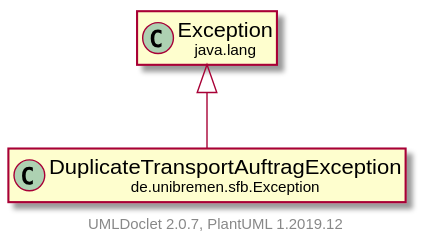
The PlantUML diagram doc/UML/modulsichtSVG/DuplicateTransportAuftragException.svg in fkehlenb/softwareprojekt-2, before a commit. Source of this version:
```plantuml
@startuml
    set namespaceSeparator none
    hide empty fields
    hide empty methods

    class "<size:14>DuplicateTransportAuftragException\n<size:10>de.unibremen.sfb.Exception" as de.unibremen.sfb.Exception.DuplicateTransportAuftragException [[DuplicateTransportAuftragException.html]]

    class "<size:14>Exception\n<size:10>java.lang" as java.lang.Exception [[https://docs.oracle.com/en/java/javase/11/docs/api/java.base/java/lang/Exception.html?is-external=true]]

    java.lang.Exception <|-- de.unibremen.sfb.Exception.DuplicateTransportAuftragException

    center footer UMLDoclet 2.0.7, PlantUML 1.2019.12
@enduml
```
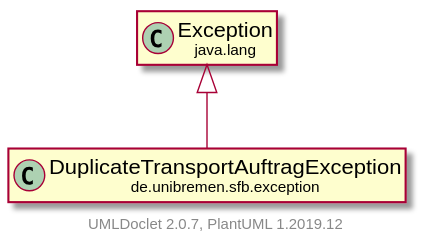
The same file after the commit.

What changed in the source:
```diff
@@ -3,11 +3,11 @@
     hide empty fields
     hide empty methods
 
-    class "<size:14>DuplicateTransportAuftragException\n<size:10>de.unibremen.sfb.Exception" as de.unibremen.sfb.Exception.DuplicateTransportAuftragException [[DuplicateTransportAuftragException.html]]
+    class "<size:14>DuplicateTransportAuftragException\n<size:10>de.unibremen.sfb.exception" as de.unibremen.sfb.exception.DuplicateTransportAuftragException [[DuplicateTransportAuftragException.html]]
 
-    class "<size:14>Exception\n<size:10>java.lang" as java.lang.Exception [[https://docs.oracle.com/en/java/javase/11/docs/api/java.base/java/lang/Exception.html?is-external=true]]
+    class "<size:14>exception\n<size:10>java.lang" as java.lang.exception [[https://docs.oracle.com/en/java/javase/11/docs/api/java.base/java/lang/Exception.html?is-external=true]]
 
-    java.lang.Exception <|-- de.unibremen.sfb.Exception.DuplicateTransportAuftragException
+    java.lang.exception <|-- de.unibremen.sfb.exception.DuplicateTransportAuftragException
 
     center footer UMLDoclet 2.0.7, PlantUML 1.2019.12
 @enduml
```
